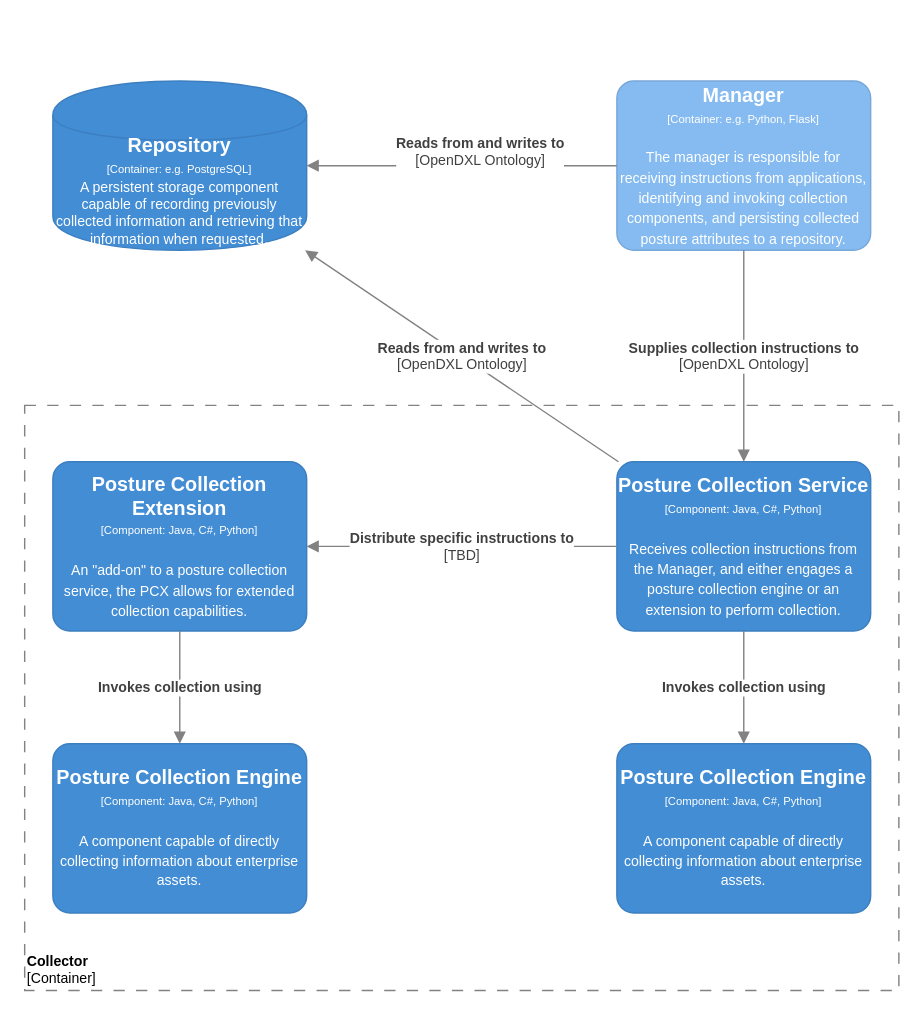
opencybersecurityalliance/documentation keeps this draw.io diagram as page "SCAPv2 Collector" (4 of 4) of Architecture Documents/scap-components.drawio. Above is the earlier version. Source tidied: cells renumbered, new cells numbered last; positions are measured from the earlier drawing's top-left corner, leaving out a move shared by most shapes. Both pictures are drawn from the tidied source at 141%, with x=0, y=0 at pixel (24, 80).
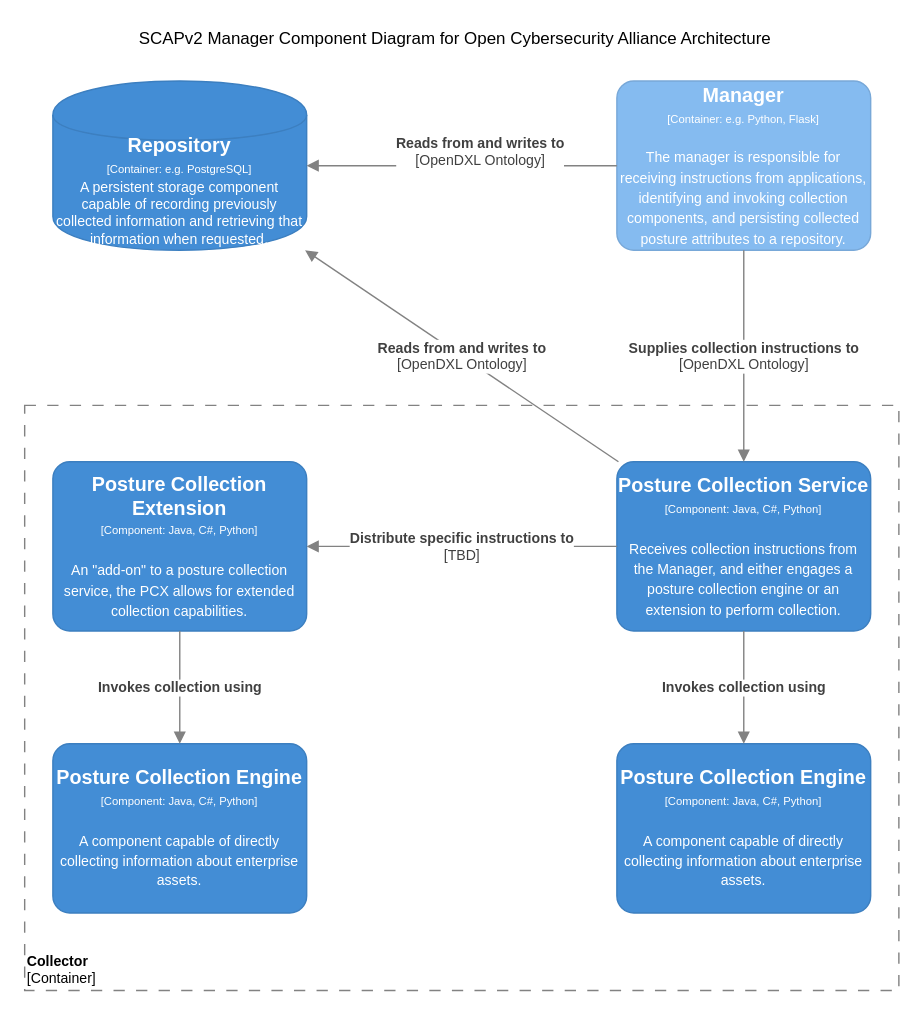
The same page after the edit.

The edit, as a diff of the source:
```diff
@@
 <mxGraphModel>
   <root>
     <mxCell id="0" />
     <mxCell id="1" parent="0" />
     <mxCell id="2" value="&lt;font style=&quot;font-size: 10px&quot;&gt;&lt;b&gt;Collector&lt;br&gt;&lt;/b&gt;[Container]&lt;/font&gt;" style="rounded=0;whiteSpace=wrap;html=1;strokeColor=#828282;fillColor=none;fontColor=#000000;align=left;labelPosition=center;verticalLabelPosition=middle;verticalAlign=bottom;dashed=1;strokeWidth=1;perimeterSpacing=0;spacing=2;spacingTop=0;fontSize=10;dashPattern=8 8;" parent="1" vertex="1">
       <mxGeometry y="230" width="620" height="415" as="geometry" />
     </mxCell>
     <mxCell id="3" value="&lt;div&gt;&lt;span style=&quot;font-size: 14px&quot;&gt;&lt;b&gt;Posture Collection Service&lt;/b&gt;&lt;/span&gt;&lt;/div&gt;&lt;div&gt;&lt;span style=&quot;font-size: 8px&quot;&gt;[Component: Java, C#, Python]&lt;/span&gt;&lt;/div&gt;&lt;div&gt;&lt;span style=&quot;font-size: 8px&quot;&gt;&lt;br&gt;&lt;/span&gt;&lt;/div&gt;&lt;div&gt;&lt;font size=&quot;1&quot;&gt;Receives collection instructions from the Manager, and either engages a posture collection engine or an extension to perform collection.&lt;/font&gt;&lt;/div&gt;" style="rounded=1;whiteSpace=wrap;html=1;fillColor=#438DD5;fontColor=#ffffff;strokeColor=#3C7FC0;arcSize=10;" parent="1" vertex="1">
       <mxGeometry x="420" y="270" width="180" height="120" as="geometry" />
     </mxCell>
     <mxCell id="4" value="&lt;div&gt;&lt;span style=&quot;font-size: 14px&quot;&gt;&lt;b&gt;Posture Collection Extension&lt;/b&gt;&lt;/span&gt;&lt;/div&gt;&lt;div&gt;&lt;span style=&quot;font-size: 8px&quot;&gt;[Component: Java, C#, Python]&lt;/span&gt;&lt;/div&gt;&lt;div&gt;&lt;span style=&quot;font-size: 8px&quot;&gt;&lt;br&gt;&lt;/span&gt;&lt;/div&gt;&lt;div&gt;&lt;font size=&quot;1&quot;&gt;An &quot;add-on&quot; to a posture collection service, the PCX allows for extended collection capabilities.&lt;/font&gt;&lt;/div&gt;" style="rounded=1;whiteSpace=wrap;html=1;fillColor=#438DD5;fontColor=#ffffff;strokeColor=#3C7FC0;arcSize=10;" parent="1" vertex="1">
       <mxGeometry x="20" y="270" width="180" height="120" as="geometry" />
     </mxCell>
     <mxCell id="5" value="&lt;div&gt;&lt;span style=&quot;font-size: 14px&quot;&gt;&lt;b&gt;Posture Collection Engine&lt;/b&gt;&lt;/span&gt;&lt;/div&gt;&lt;div&gt;&lt;span style=&quot;font-size: 8px&quot;&gt;[Component: Java, C#, Python]&lt;/span&gt;&lt;br&gt;&lt;/div&gt;&lt;div&gt;&lt;span style=&quot;font-size: 8px&quot;&gt;&lt;br&gt;&lt;/span&gt;&lt;/div&gt;&lt;div&gt;&lt;font size=&quot;1&quot;&gt;A component capable of directly collecting information about enterprise assets.&lt;/font&gt;&lt;/div&gt;" style="rounded=1;whiteSpace=wrap;html=1;fillColor=#438DD5;fontColor=#ffffff;strokeColor=#3C7FC0;arcSize=10;" parent="1" vertex="1">
       <mxGeometry x="420" y="470" width="180" height="120" as="geometry" />
     </mxCell>
     <object id="6" label="&lt;div style=&quot;color: rgb(255 , 255 , 255)&quot;&gt;&lt;span style=&quot;font-size: 14px&quot;&gt;&lt;b&gt;Repository&lt;/b&gt;&lt;/span&gt;&lt;/div&gt;&lt;div style=&quot;color: rgb(255 , 255 , 255) ; font-size: 12px&quot;&gt;&lt;font style=&quot;font-size: 8px&quot;&gt;[Container: %technology%]&lt;/font&gt;&lt;/div&gt;&lt;div style=&quot;color: rgb(255 , 255 , 255) ; font-size: 8px&quot;&gt;&lt;font style=&quot;font-size: 10px&quot;&gt;A persistent storage component capable of recording previously collected information and retrieving that information when requested&lt;/font&gt;&lt;span style=&quot;font-size: 11px&quot;&gt;.&lt;/span&gt;&lt;br&gt;&lt;/div&gt;" placeholders="1" technology="e.g. PostgreSQL">
       <mxCell style="shape=cylinder;whiteSpace=wrap;html=1;boundedLbl=1;backgroundOutline=1;strokeColor=#3C7FC0;fillColor=#438DD5;fontSize=12;fontColor=#ffffff;align=center;rounded=0;" parent="1" vertex="1">
         <mxGeometry x="20" width="180" height="120" as="geometry" />
       </mxCell>
     </object>
     <object id="7" label="&lt;div&gt;&lt;span style=&quot;font-size: 14px&quot;&gt;&lt;b&gt;Manager&lt;/b&gt;&lt;/span&gt;&lt;/div&gt;&lt;div&gt;&lt;span style=&quot;font-size: 8px&quot;&gt;[Container: %technology%]&lt;/span&gt;&lt;/div&gt;&lt;div&gt;&lt;span style=&quot;font-size: 8px&quot;&gt;&lt;br&gt;&lt;/span&gt;&lt;/div&gt;&lt;div&gt;&lt;span style=&quot;font-size: x-small&quot;&gt;The manager is responsible for receiving instructions from applications, identifying and invoking collection components, and persisting collected posture attributes to a repository.&lt;/span&gt;&lt;br&gt;&lt;/div&gt;" placeholders="1" technology="e.g. Python, Flask">
       <mxCell style="rounded=1;whiteSpace=wrap;html=1;fillColor=#85BBF0;fontColor=#ffffff;strokeColor=#78A8D8;arcSize=10;" parent="1" vertex="1">
         <mxGeometry x="420" width="180" height="120" as="geometry" />
       </mxCell>
     </object>
     <mxCell id="8" value="&lt;span style=&quot;font-size: 10px&quot;&gt;&lt;b&gt;Reads from and writes to&lt;/b&gt;&lt;br&gt;[OpenDXL Ontology]&lt;br&gt;&lt;/span&gt;" style="endArrow=block;html=1;fontSize=10;fontColor=#404040;strokeWidth=1;endFill=1;strokeColor=#828282;elbow=vertical;" parent="1" edge="1" source="7" target="6">
       <mxGeometry x="-0.12" y="-10" relative="1" as="geometry" />
     </mxCell>
     <mxCell id="9" value="&lt;span style=&quot;font-size: 10px&quot;&gt;&lt;b&gt;Reads from and writes to&lt;/b&gt;&lt;br&gt;[OpenDXL Ontology]&lt;br&gt;&lt;/span&gt;" style="endArrow=block;html=1;fontSize=10;fontColor=#404040;strokeWidth=1;endFill=1;strokeColor=#828282;elbow=vertical;" parent="1" edge="1" source="3" target="6">
       <mxGeometry relative="1" as="geometry" />
     </mxCell>
     <mxCell id="10" value="&lt;span style=&quot;font-size: 10px&quot;&gt;&lt;b&gt;Invokes collection using&lt;/b&gt;&lt;br&gt;&lt;/span&gt;" style="endArrow=block;html=1;fontSize=10;fontColor=#404040;strokeWidth=1;endFill=1;strokeColor=#828282;elbow=vertical;" parent="1" edge="1" source="3" target="5">
       <mxGeometry relative="1" as="geometry" />
     </mxCell>
     <mxCell id="11" value="&lt;span style=&quot;font-size: 10px&quot;&gt;&lt;b&gt;Distribute specific instructions to&lt;/b&gt;&lt;br&gt;[TBD]&lt;br&gt;&lt;/span&gt;" style="endArrow=block;html=1;fontSize=10;fontColor=#404040;strokeWidth=1;endFill=1;strokeColor=#828282;elbow=vertical;" parent="1" edge="1" source="3" target="4">
       <mxGeometry relative="1" as="geometry" />
     </mxCell>
     <mxCell id="12" value="&lt;div&gt;&lt;span style=&quot;font-size: 14px&quot;&gt;&lt;b&gt;Posture Collection Engine&lt;/b&gt;&lt;/span&gt;&lt;/div&gt;&lt;div&gt;&lt;span style=&quot;font-size: 8px&quot;&gt;[Component: Java, C#, Python]&lt;/span&gt;&lt;br&gt;&lt;/div&gt;&lt;div&gt;&lt;span style=&quot;font-size: 8px&quot;&gt;&lt;br&gt;&lt;/span&gt;&lt;/div&gt;&lt;div&gt;&lt;font size=&quot;1&quot;&gt;A component capable of directly collecting information about enterprise assets.&lt;/font&gt;&lt;/div&gt;" style="rounded=1;whiteSpace=wrap;html=1;fillColor=#438DD5;fontColor=#ffffff;strokeColor=#3C7FC0;arcSize=10;" parent="1" vertex="1">
       <mxGeometry x="20" y="470" width="180" height="120" as="geometry" />
     </mxCell>
     <mxCell id="13" value="&lt;span style=&quot;font-size: 10px&quot;&gt;&lt;b&gt;Invokes collection using&lt;/b&gt;&lt;br&gt;&lt;/span&gt;" style="endArrow=block;html=1;fontSize=10;fontColor=#404040;strokeWidth=1;endFill=1;strokeColor=#828282;elbow=vertical;" parent="1" edge="1" source="4" target="12">
       <mxGeometry relative="1" as="geometry" />
     </mxCell>
     <mxCell id="14" value="&lt;b&gt;Supplies collection instructions to&lt;br&gt;&lt;/b&gt;[OpenDXL Ontology]&lt;span style=&quot;font-size: 10px&quot;&gt;&lt;br&gt;&lt;/span&gt;" style="endArrow=block;html=1;fontSize=10;fontColor=#404040;strokeWidth=1;endFill=1;strokeColor=#828282;elbow=vertical;" parent="1" edge="1" source="7" target="3">
       <mxGeometry relative="1" as="geometry" />
     </mxCell>
+    <mxCell id="15" value="SCAPv2 Manager Component Diagram for Open Cybersecurity Alliance Architecture" style="text;html=1;align=center;verticalAlign=middle;" parent="1" vertex="1">
+      <mxGeometry x="75" y="-40" width="460" height="20" as="geometry" />
+    </mxCell>
   </root>
 </mxGraphModel>
```
